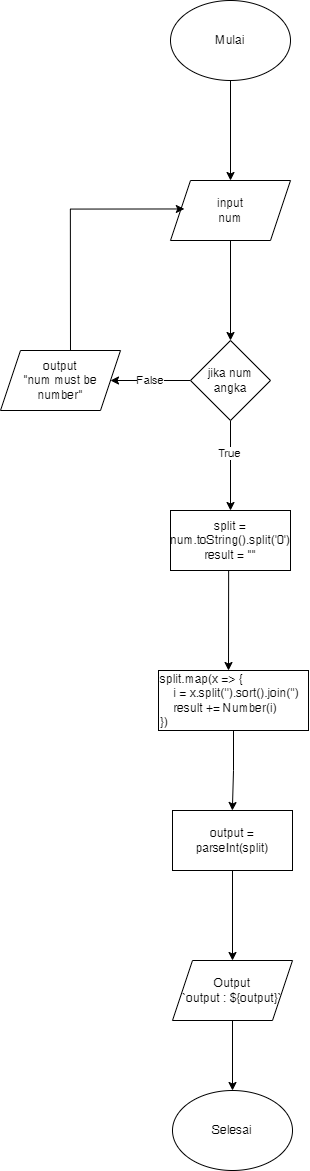
Earlier version of the draw.io export code-implementation/Task 4 - Flowchart Divide and Sort.png (altrawan/introduction-javascript). Source tidied: cells renumbered, new cells last; positions are measured from the earlier drawing's top-left corner, leaving out a move shared by most shapes.
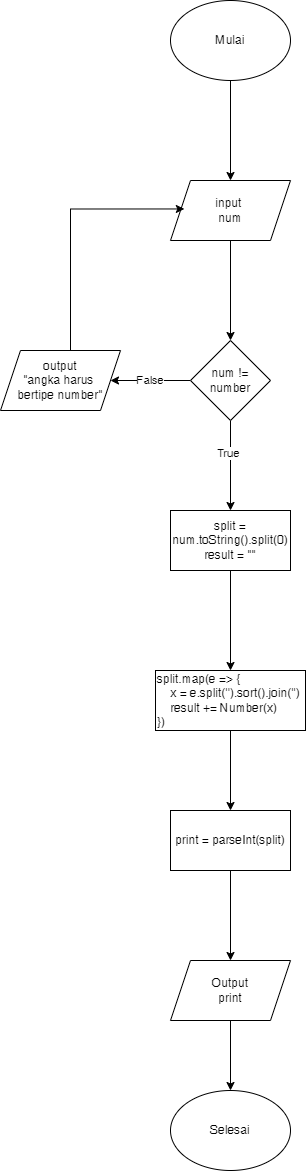
Later version of the same file.

Diff of the diagram source:
```diff
@@ -11,7 +11,7 @@
     <mxCell id="4" style="edgeStyle=orthogonalEdgeStyle;rounded=0;jettySize=auto;html=1;" parent="1" edge="1" source="5" target="9">
       <mxGeometry relative="1" as="geometry" />
     </mxCell>
-    <mxCell id="5" value="input&lt;br&gt;num" style="shape=parallelogram;perimeter=parallelogramPerimeter;whiteSpace=wrap;html=1;fixedSize=1;" parent="1" vertex="1">
+    <mxCell id="5" value="input &lt;br&gt;num" style="shape=parallelogram;perimeter=parallelogramPerimeter;whiteSpace=wrap;html=1;fixedSize=1;" parent="1" vertex="1">
       <mxGeometry x="170" y="180" width="120" height="60" as="geometry" />
     </mxCell>
     <mxCell id="6" value="False" style="edgeStyle=orthogonalEdgeStyle;rounded=0;jettySize=auto;html=1;" parent="1" edge="1" source="9" target="11">
@@ -28,7 +28,7 @@
     <mxCell id="8" value="True" style="edgeLabel;html=1;align=center;verticalAlign=middle;" parent="7" vertex="1">
       <mxGeometry x="-0.28" y="-2" relative="1" as="geometry" />
     </mxCell>
-    <mxCell id="9" value="jika num angka" style="rhombus;whiteSpace=wrap;html=1;" parent="1" vertex="1">
+    <mxCell id="9" value="num != number" style="rhombus;whiteSpace=wrap;html=1;" parent="1" vertex="1">
       <mxGeometry x="190" y="340" width="80" height="80" as="geometry" />
     </mxCell>
     <mxCell id="10" style="edgeStyle=orthogonalEdgeStyle;rounded=0;orthogonalLoop=1;jettySize=auto;html=1;entryX=0;entryY=0.25;entryDx=0;entryDy=0;" parent="1" edge="1">
@@ -40,41 +40,35 @@
         </Array>
       </mxGeometry>
     </mxCell>
-    <mxCell id="11" value="output&lt;br&gt;&quot;num must be number&quot;" style="shape=parallelogram;perimeter=parallelogramPerimeter;whiteSpace=wrap;html=1;fixedSize=1;" parent="1" vertex="1">
+    <mxCell id="11" value="output&lt;br&gt;&quot;angka harus &lt;br&gt;bertipe number&quot;" style="shape=parallelogram;perimeter=parallelogramPerimeter;whiteSpace=wrap;html=1;fixedSize=1;" parent="1" vertex="1">
       <mxGeometry y="350" width="120" height="60" as="geometry" />
     </mxCell>
-    <mxCell id="12" style="edgeStyle=orthogonalEdgeStyle;rounded=0;orthogonalLoop=1;jettySize=auto;html=1;exitX=0.5;exitY=1;exitDx=0;exitDy=0;" parent="1" edge="1">
-      <mxGeometry relative="1" as="geometry">
-        <mxPoint x="213" y="570" as="sourcePoint" />
-        <mxPoint x="228" y="670" as="targetPoint" />
-        <Array as="points">
-          <mxPoint x="228" y="570" />
-        </Array>
-      </mxGeometry>
-    </mxCell>
+    <mxCell id="21" style="edgeStyle=orthogonalEdgeStyle;rounded=0;jettySize=auto;html=1;exitX=0.5;exitY=1;exitDx=0;exitDy=0;" parent="1" edge="1" source="13" target="15">
+      <mxGeometry relative="1" as="geometry" />
+    </mxCell>
-    <mxCell id="13" value="split = num.toString().split('0')&lt;br&gt;result = &quot;&quot;" style="rounded=0;whiteSpace=wrap;html=1;" parent="1" vertex="1">
+    <mxCell id="13" value="split = num.toString().split(0)&lt;br&gt;result = &quot;&quot;" style="rounded=0;whiteSpace=wrap;html=1;" parent="1" vertex="1">
       <mxGeometry x="170" y="510" width="120" height="60" as="geometry" />
     </mxCell>
     <mxCell id="14" style="edgeStyle=orthogonalEdgeStyle;rounded=0;jettySize=auto;html=1;exitX=0.5;exitY=1;exitDx=0;exitDy=0;" parent="1" edge="1" source="15" target="17">
       <mxGeometry relative="1" as="geometry" />
     </mxCell>
-    <mxCell id="15" value="split.map(x =&amp;gt; {&lt;br&gt;&amp;nbsp; &amp;nbsp; i = x.split('').sort().join('')&lt;br&gt;&amp;nbsp; &amp;nbsp; result += Number(i)&lt;br&gt;})" style="rounded=0;whiteSpace=wrap;html=1;align=left;" parent="1" vertex="1">
-      <mxGeometry x="158" y="670" width="150" height="60" as="geometry" />
+    <mxCell id="15" value="split.map(e =&amp;gt; {&lt;br&gt;&amp;nbsp; &amp;nbsp; x = e.split('').sort().join('')&lt;br&gt;&amp;nbsp; &amp;nbsp; result += Number(x)&lt;br&gt;})" style="rounded=0;whiteSpace=wrap;html=1;align=left;" parent="1" vertex="1">
+      <mxGeometry x="155" y="670" width="150" height="60" as="geometry" />
     </mxCell>
     <mxCell id="16" style="edgeStyle=orthogonalEdgeStyle;rounded=0;jettySize=auto;html=1;exitX=0.5;exitY=1;exitDx=0;exitDy=0;" parent="1" edge="1" source="17" target="19">
       <mxGeometry relative="1" as="geometry" />
     </mxCell>
-    <mxCell id="17" value="output = parseInt(split)" style="rounded=0;whiteSpace=wrap;html=1;" parent="1" vertex="1">
-      <mxGeometry x="172" y="810" width="120" height="60" as="geometry" />
+    <mxCell id="17" value="print = parseInt(split)" style="rounded=0;whiteSpace=wrap;html=1;" parent="1" vertex="1">
+      <mxGeometry x="170" y="810" width="120" height="60" as="geometry" />
     </mxCell>
     <mxCell id="18" style="edgeStyle=orthogonalEdgeStyle;rounded=0;jettySize=auto;html=1;exitX=0.5;exitY=1;exitDx=0;exitDy=0;" parent="1" edge="1" source="19" target="20">
       <mxGeometry relative="1" as="geometry" />
     </mxCell>
-    <mxCell id="19" value="Output&lt;br&gt;`output : ${output}`" style="shape=parallelogram;perimeter=parallelogramPerimeter;whiteSpace=wrap;html=1;fixedSize=1;" parent="1" vertex="1">
-      <mxGeometry x="172" y="960" width="120" height="60" as="geometry" />
+    <mxCell id="19" value="Output&lt;br&gt;print" style="shape=parallelogram;perimeter=parallelogramPerimeter;whiteSpace=wrap;html=1;fixedSize=1;" parent="1" vertex="1">
+      <mxGeometry x="170" y="960" width="120" height="60" as="geometry" />
     </mxCell>
     <mxCell id="20" value="Selesai" style="ellipse;whiteSpace=wrap;html=1;" parent="1" vertex="1">
-      <mxGeometry x="172" y="1090" width="120" height="80" as="geometry" />
+      <mxGeometry x="170" y="1090" width="120" height="80" as="geometry" />
     </mxCell>
   </root>
 </mxGraphModel>
```
